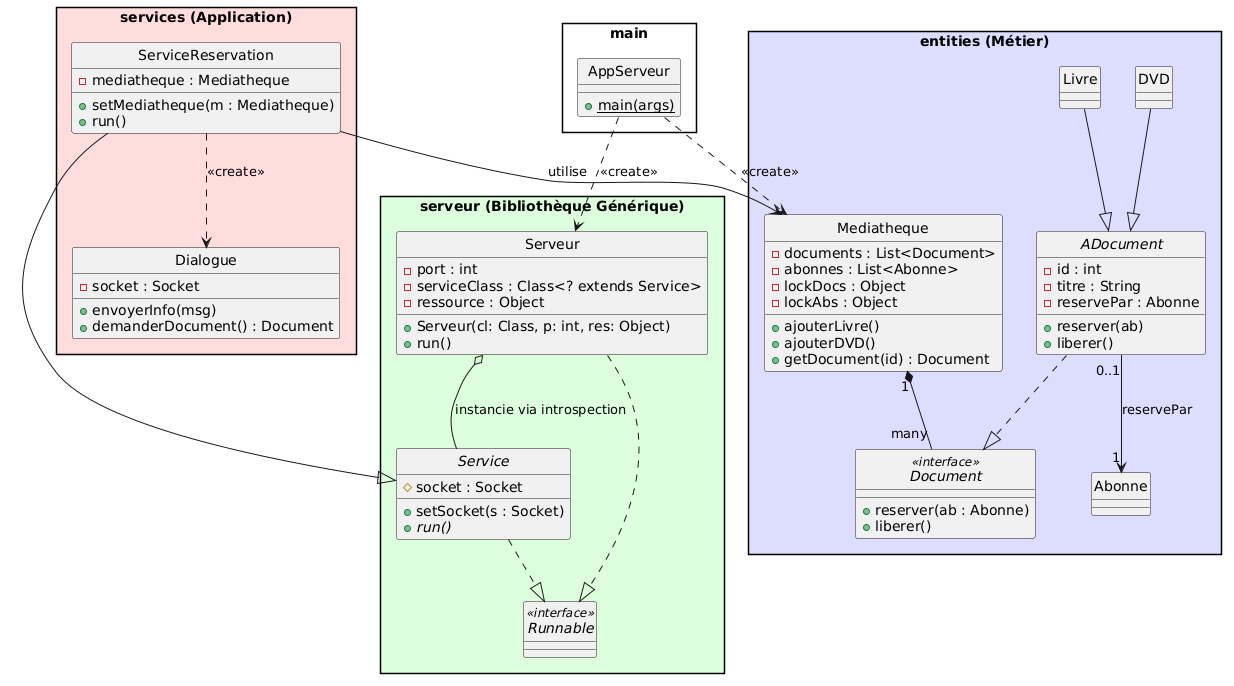
Earlier version of the PlantUML export diagramme.png (Cheaucapik/R401-Serveur-Client).
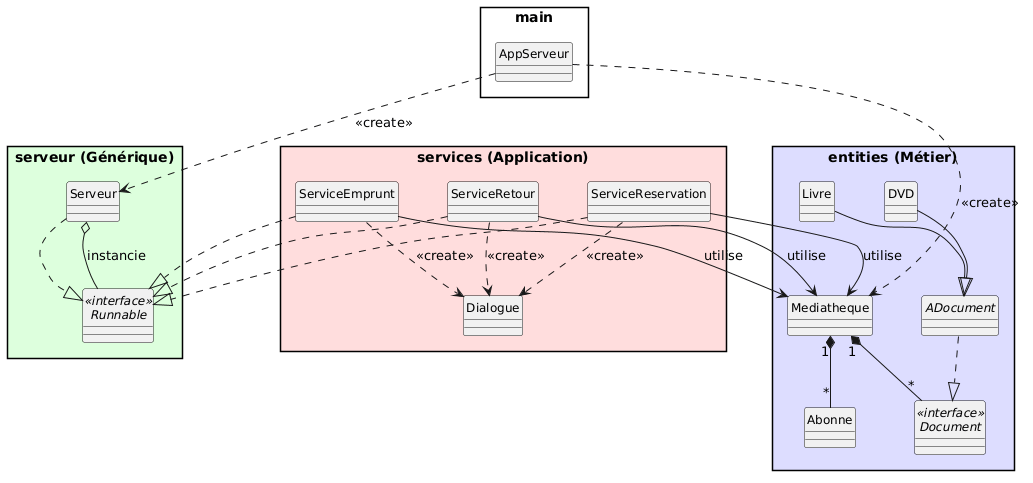
Above is the later version.

Change to the diagram source:
```diff
@@ -1,51 +1,24 @@
 @startuml
 skinparam style strictuml
 skinparam packageStyle rectangle
+skinparam shadowing false
+skinparam classFontSize 14
+skinparam classFontName Arial
+skinparam classAttributeFontSize 12
+skinparam nodesep 50
+skinparam ranksep 50
 
-package "serveur (Bibliothèque Générique)" #DDFFDD {
-    abstract class Service {
-        # socket : Socket
-        + setSocket(s : Socket)
-        + {abstract} run()
-    }
+package "serveur (Générique)" #DDFFDD {
+    interface Runnable <<interface>>
+    class Serveur
 
-    class Serveur {
-        - port : int
-        - serviceClass : Class<? extends Service>
-        - ressource : Object
-        + Serveur(cl: Class, p: int, res: Object)
-        + run()
-    }
-
-    interface Runnable <<interface>>
-    Service ..|> Runnable
     Serveur ..|> Runnable
 }
 
 package "entities (Métier)" #DDDDFF {
-    class Mediatheque {
-        - documents : List<Document>
-        - abonnes : List<Abonne>
-        - lockDocs : Object
-        - lockAbs : Object
-        + ajouterLivre()
-        + ajouterDVD()
-        + getDocument(id) : Document
-    }
-
-    interface Document <<interface>> {
-        + reserver(ab : Abonne)
-        + liberer()
-    }
-
-    abstract class ADocument {
-        - id : int
-        - titre : String
-        - reservePar : Abonne
-        + reserver(ab)
-        + liberer()
-    }
-
+    class Mediatheque
+    interface Document <<interface>>
+    abstract class ADocument
     class Livre
     class DVD
     class Abonne
@@ -53,35 +26,34 @@
     ADocument ..|> Document
     Livre --|> ADocument
     DVD --|> ADocument
-    Mediatheque "1" *-- "many" Document
-    ADocument "0..1" --> "1" Abonne : reservePar
+    Mediatheque "1" *-- "*" Document
+    Mediatheque "1" *-- "*" Abonne
 }
 
 package "services (Application)" #FFDDDD {
-    class ServiceReservation {
-        - mediatheque : Mediatheque
-        + setMediatheque(m : Mediatheque)
-        + run()
-    }
+    class ServiceReservation
+    class ServiceEmprunt
+    class ServiceRetour
+    class Dialogue
 
-    class Dialogue {
-        - socket : Socket
-        + envoyerInfo(msg)
-        + demanderDocument() : Document
-    }
+    ServiceReservation ..|> Runnable
+    ServiceEmprunt ..|> Runnable
+    ServiceRetour ..|> Runnable
 
-    ServiceReservation --|> Service
     ServiceReservation ..> Dialogue : <<create>>
+    ServiceEmprunt ..> Dialogue : <<create>>
+    ServiceRetour ..> Dialogue : <<create>>
 }
 
 package "main" {
-    class AppServeur {
-        + {static} main(args)
-    }
+    class AppServeur
 }
 
 AppServeur ..> Serveur : <<create>>
 AppServeur ..> Mediatheque : <<create>>
-Serveur o-- Service : "instancie via introspection"
+Serveur o-- Runnable : "instancie"
+
 ServiceReservation --> Mediatheque : "utilise"
+ServiceEmprunt --> Mediatheque : "utilise"
+ServiceRetour --> Mediatheque : "utilise"
 @enduml
```
